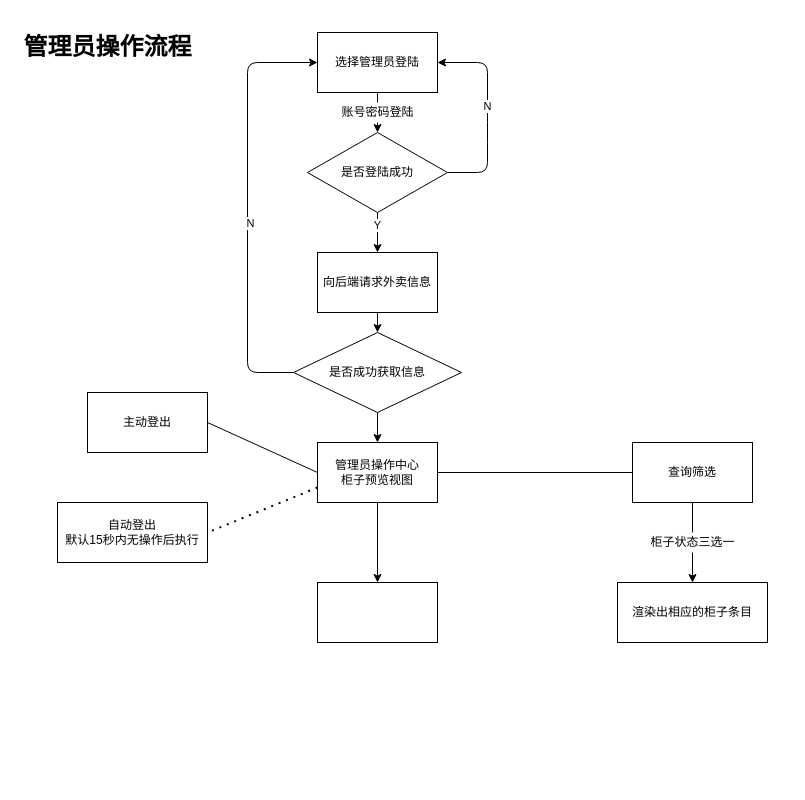
This is flowChart/manager.drawio from Patrick-Star-CN/takeout_bin, a draw.io file, before an edit. Source tidied: cells renumbered, new cells numbered last; positions are measured from the earlier drawing's top-left corner, leaving out a move shared by most shapes. Both pictures are drawn from the tidied source at 100%, with x=0, y=0 at pixel (17, 22).
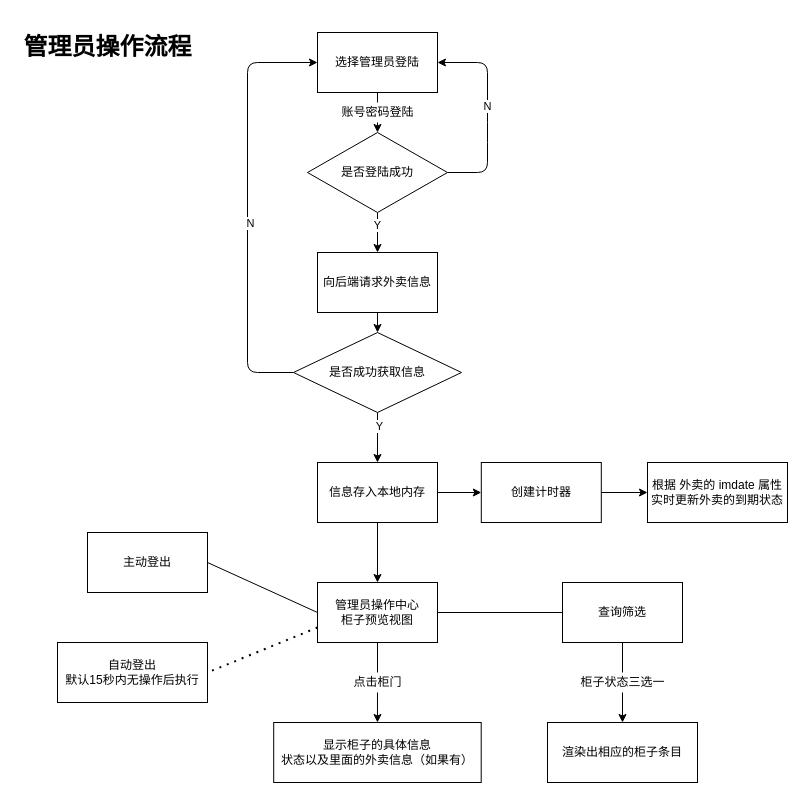
The same diagram, later.

Unchanged cells that the change refers to:
```xml
<mxCell id="17" value="是否成功获取信息" style="rhombus;whiteSpace=wrap;html=1;" parent="1" vertex="1">
  <mxGeometry x="276" y="310" width="168" height="80" as="geometry" />
</mxCell>
```

Change to the diagram source:
```diff
@@
-    <mxCell id="16" style="edgeStyle=none;html=1;" parent="1" edge="1" source="17" target="19">
+    <mxCell id="16" style="edgeStyle=none;html=1;exitX=0.5;exitY=1;exitDx=0;exitDy=0;" parent="1" edge="1" source="36" target="19">
       <mxGeometry relative="1" as="geometry" />
     </mxCell>
+    <mxCell id="31" style="edgeStyle=none;html=1;" parent="1" edge="1" source="17" target="36">
+      <mxGeometry relative="1" as="geometry" />
+    </mxCell>
+    <mxCell id="32" value="Y" style="edgeLabel;html=1;align=center;verticalAlign=middle;" parent="31" vertex="1">
+      <mxGeometry x="-0.48" y="1" relative="1" as="geometry" />
+    </mxCell>
@@
-    <mxCell id="18" style="edgeStyle=none;html=1;" parent="1" edge="1" source="19" target="30">
+    <mxCell id="18" style="edgeStyle=none;html=1;startArrow=none;" parent="1" edge="1" source="33" target="30">
       <mxGeometry relative="1" as="geometry" />
     </mxCell>
     <mxCell id="19" value="管理员操作中心&lt;br&gt;柜子预览视图" style="rounded=0;whiteSpace=wrap;html=1;" parent="1" vertex="1">
-      <mxGeometry x="300" y="420" width="120" height="60" as="geometry" />
+      <mxGeometry x="300" y="560" width="120" height="60" as="geometry" />
     </mxCell>
     <mxCell id="20" value="自动登出&lt;br&gt;&lt;span style=&quot;text-align: left&quot;&gt;默认15秒内无操作后执行&lt;/span&gt;" style="rounded=0;whiteSpace=wrap;html=1;" parent="1" vertex="1">
-      <mxGeometry x="40" y="480" width="150" height="60" as="geometry" />
+      <mxGeometry x="40" y="620" width="150" height="60" as="geometry" />
     </mxCell>
@@
     <mxCell id="22" value="主动登出&lt;br&gt;" style="rounded=0;whiteSpace=wrap;html=1;" parent="1" vertex="1">
-      <mxGeometry x="70" y="370" width="120" height="60" as="geometry" />
+      <mxGeometry x="70" y="510" width="120" height="60" as="geometry" />
     </mxCell>
@@
     <mxCell id="25" value="查询筛选" style="whiteSpace=wrap;html=1;" parent="1" vertex="1">
-      <mxGeometry x="615" y="420" width="120" height="60" as="geometry" />
+      <mxGeometry x="545" y="560" width="120" height="60" as="geometry" />
     </mxCell>
     <mxCell id="26" value="渲染出相应的柜子条目" style="whiteSpace=wrap;html=1;" parent="1" vertex="1">
-      <mxGeometry x="600" y="560" width="150" height="60" as="geometry" />
+      <mxGeometry x="530" y="700" width="150" height="60" as="geometry" />
     </mxCell>
     <mxCell id="27" value="柜子状态三选一" style="text;html=1;align=center;verticalAlign=middle;points=[];strokeColor=none;fillColor=none;" parent="1" vertex="1">
-      <mxGeometry x="625" y="510" width="100" height="20" as="geometry" />
+      <mxGeometry x="555" y="650" width="100" height="20" as="geometry" />
     </mxCell>
@@
-    <mxCell id="30" style="whiteSpace=wrap;html=1;rounded=0;" parent="1" vertex="1">
-      <mxGeometry x="300" y="560" width="120" height="60" as="geometry" />
+    <mxCell id="30" value="显示柜子的具体信息&lt;br&gt;状态以及里面的外卖信息（如果有）" style="whiteSpace=wrap;html=1;rounded=0;" parent="1" vertex="1">
+      <mxGeometry x="256.2" y="700" width="207.5" height="60" as="geometry" />
     </mxCell>
+    <mxCell id="33" value="&lt;span&gt;点击柜门&lt;/span&gt;" style="text;html=1;align=center;verticalAlign=middle;points=[];strokeColor=none;fillColor=none;" parent="1" vertex="1">
+      <mxGeometry x="330" y="650" width="60" height="20" as="geometry" />
+    </mxCell>
+    <mxCell id="34" style="edgeStyle=none;html=1;endArrow=none;" parent="1" edge="1" source="19" target="33">
+      <mxGeometry relative="1" as="geometry" />
+    </mxCell>
+    <mxCell id="35" style="edgeStyle=none;html=1;" parent="1" edge="1" source="36" target="38">
+      <mxGeometry relative="1" as="geometry" />
+    </mxCell>
+    <mxCell id="36" value="信息存入本地内存" style="rounded=0;whiteSpace=wrap;html=1;" parent="1" vertex="1">
+      <mxGeometry x="300" y="440" width="120" height="60" as="geometry" />
+    </mxCell>
+    <mxCell id="37" style="edgeStyle=none;html=1;" parent="1" edge="1" source="38" target="39">
+      <mxGeometry relative="1" as="geometry" />
+    </mxCell>
+    <mxCell id="38" value="创建计时器" style="whiteSpace=wrap;html=1;rounded=0;" parent="1" vertex="1">
+      <mxGeometry x="463.8" y="440" width="120" height="60" as="geometry" />
+    </mxCell>
+    <mxCell id="39" value="根据 外卖的 imdate 属性实时更新外卖的到期状态" style="whiteSpace=wrap;html=1;rounded=0;" parent="1" vertex="1">
+      <mxGeometry x="630" y="440" width="140" height="60" as="geometry" />
+    </mxCell>
```
